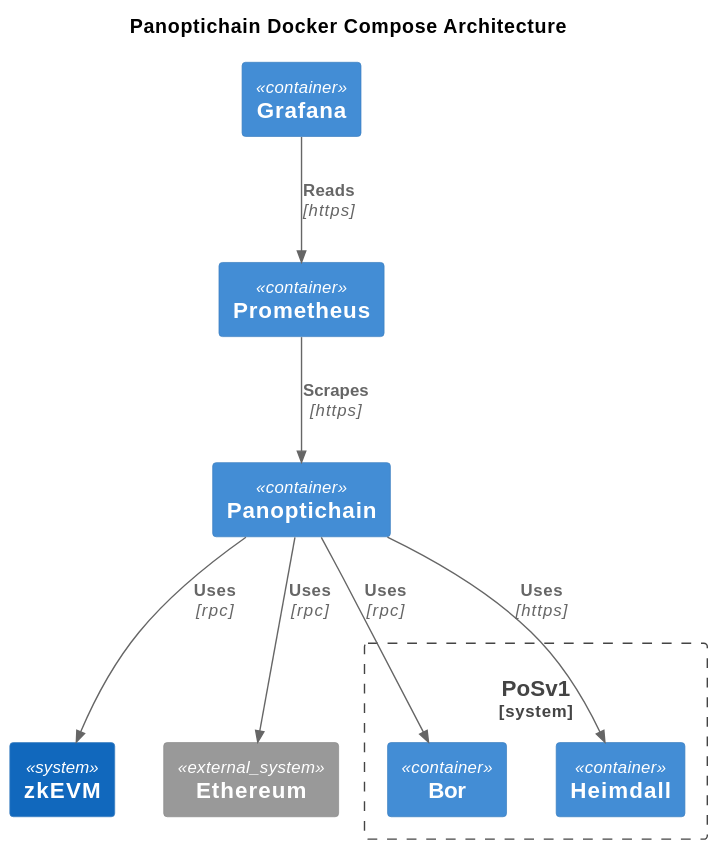
Earlier version of the PlantUML export docs/docker-compose-architecture.svg (shibaone/panoptichain).
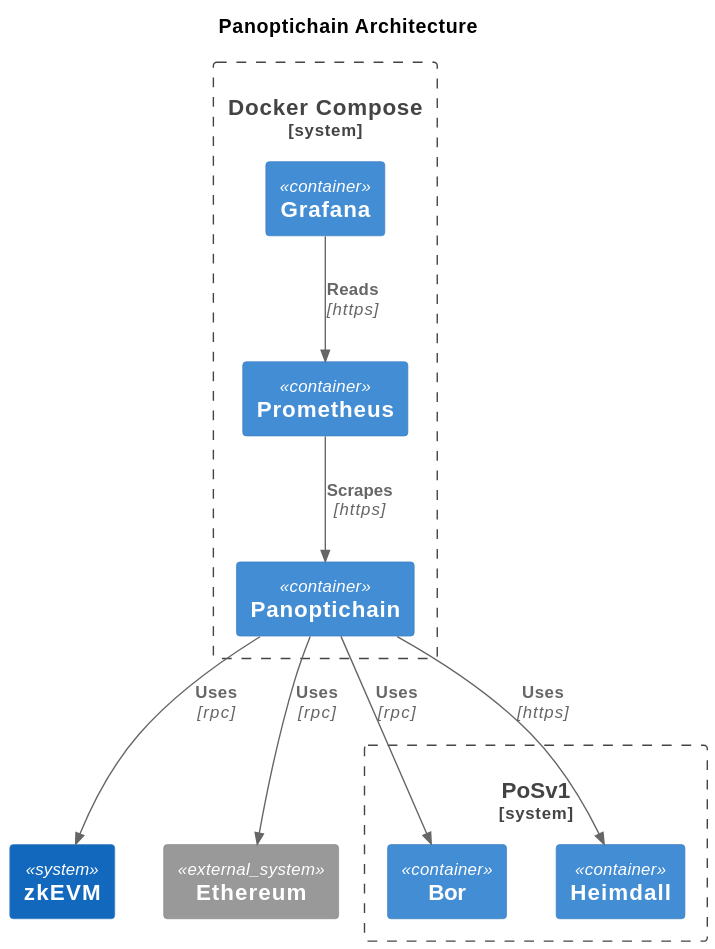
The same diagram one commit later.

Commit message:
docs: update docker compose architecture

Diff of the diagram source:
```diff
@@ -1,7 +1,7 @@
 @startuml
 !include https://raw.githubusercontent.com/plantuml-stdlib/C4-PlantUML/master/C4_Component.puml
 
-title Panoptichain Docker Compose Architecture
+title Panoptichain Architecture
 
 System(zkevm, "zkEVM")
 System_Ext(ethereum, "Ethereum")
@@ -10,9 +10,11 @@
   Container(heimdall, "Heimdall")
 }
 
-Container(panoptichain, "Panoptichain")
-Container(grafana, "Grafana")
-Container(prometheus, "Prometheus")
+System_Boundary(docker, "Docker Compose") {
+  Container(panoptichain, "Panoptichain")
+  Container(grafana, "Grafana")
+  Container(prometheus, "Prometheus")
+}
 
 Rel(panoptichain, zkevm, "Uses", "rpc")
 Rel(panoptichain, ethereum, "Uses", "rpc")
```
